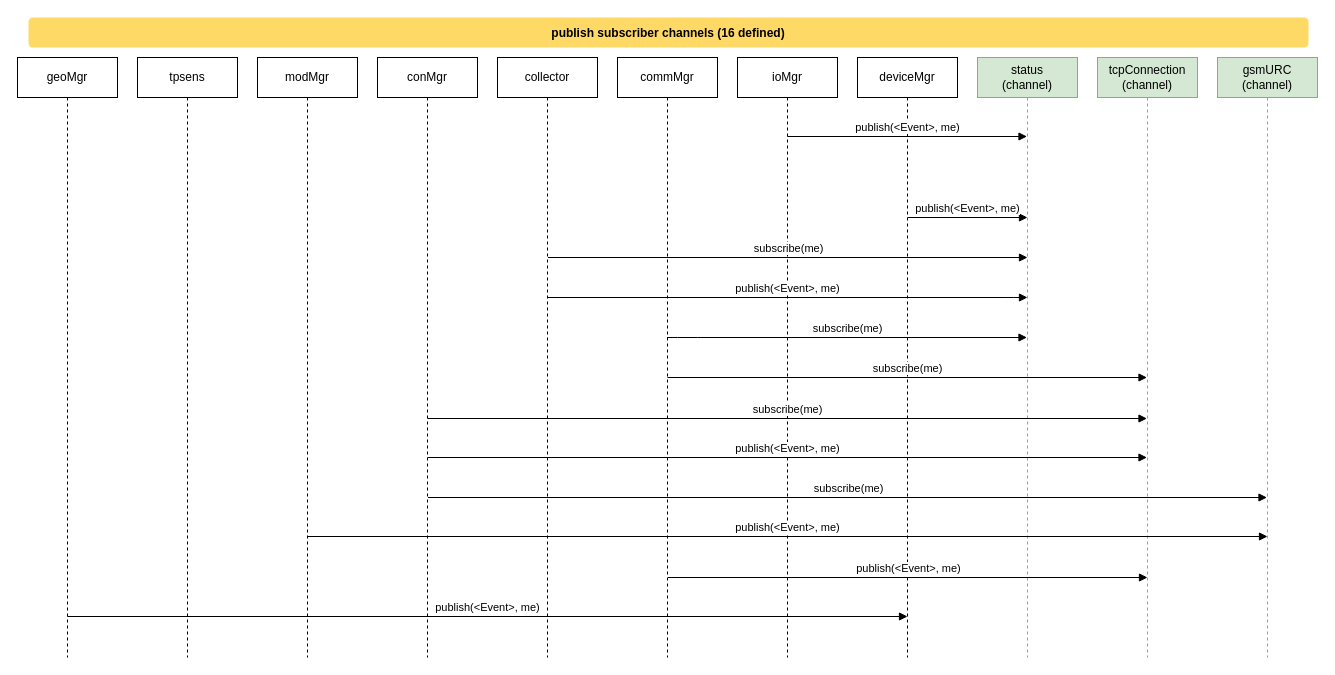
Above: page "databus channels" (2 of 4) of models/structure-interaction/collector.drawio in vortexmakes/AgroIoT (draw.io), before the change. Source tidied: cells renumbered, new cells numbered last; positions are measured from the earlier drawing's top-left corner, leaving out a move shared by most shapes. Both pictures are drawn from the tidied source at 100%, with x=0, y=0 at pixel (17, 17).
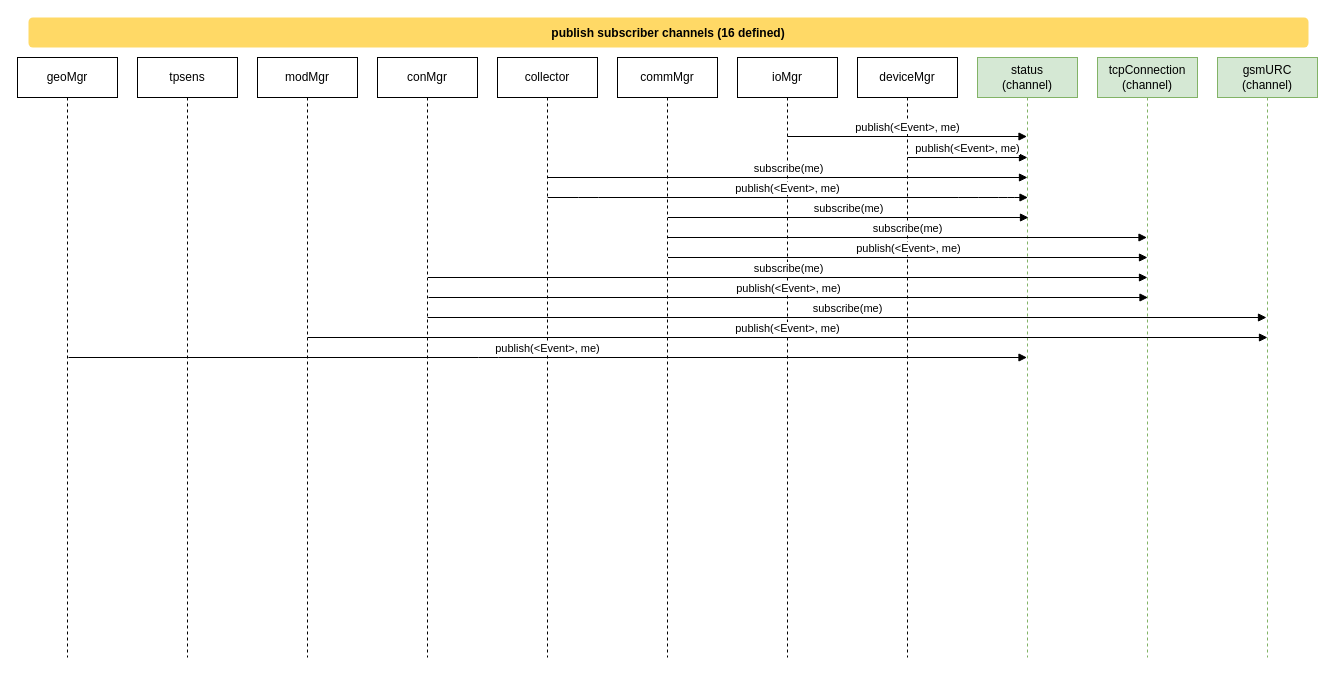
The same page after the edit.

Commit message:
Fixed topic diagram

The change refers to these unchanged cells:
```xml
<mxCell id="4" value="status&lt;br&gt;(channel)" style="shape=umlLifeline;perimeter=lifelinePerimeter;whiteSpace=wrap;html=1;outlineConnect=0;fillColor=#d5e8d4;strokeColor=#82b366;fontColor=#000000;" parent="1" vertex="1">
  <mxGeometry x="960" y="40" width="100" height="600" as="geometry" />
</mxCell>
<mxCell id="8" value="commMgr" style="shape=umlLifeline;perimeter=lifelinePerimeter;whiteSpace=wrap;html=1;outlineConnect=0;" parent="1" vertex="1">
  <mxGeometry x="600" y="40" width="100" height="600" as="geometry" />
</mxCell>
```

The edit, as a diff of the source:
```diff
@@
-    <mxCell id="7" value="subscribe(me)" style="html=1;verticalAlign=bottom;endArrow=block;" parent="1" edge="1" source="8" target="4">
-      <mxGeometry relative="1" as="geometry">
-        <Array as="points">
-          <mxPoint x="670" y="320" />
-        </Array>
-      </mxGeometry>
-    </mxCell>
@@
     <mxCell id="12" value="publish(&amp;lt;Event&amp;gt;, me)" style="html=1;verticalAlign=bottom;endArrow=block;" parent="1" edge="1">
       <mxGeometry relative="1" as="geometry">
-        <mxPoint x="890" y="200" as="sourcePoint" />
-        <mxPoint x="1010" y="200" as="targetPoint" />
+        <mxPoint x="890" y="140" as="sourcePoint" />
+        <mxPoint x="1010" y="140" as="targetPoint" />
         <Array as="points">
-          <mxPoint x="930.5" y="200" />
+          <mxPoint x="930.5" y="140" />
         </Array>
       </mxGeometry>
     </mxCell>
     <mxCell id="13" value="subscribe(me)" style="html=1;verticalAlign=bottom;endArrow=block;" parent="1" edge="1">
       <mxGeometry relative="1" as="geometry">
-        <mxPoint x="650" y="360" as="sourcePoint" />
-        <mxPoint x="1129.5" y="360" as="targetPoint" />
+        <mxPoint x="650" y="220" as="sourcePoint" />
+        <mxPoint x="1129.5" y="220" as="targetPoint" />
       </mxGeometry>
     </mxCell>
     <mxCell id="14" value="subscribe(me)" style="html=1;verticalAlign=bottom;endArrow=block;" parent="1" edge="1">
       <mxGeometry relative="1" as="geometry">
-        <mxPoint x="410" y="401" as="sourcePoint" />
-        <mxPoint x="1129.5" y="401" as="targetPoint" />
+        <mxPoint x="410.5" y="260" as="sourcePoint" />
+        <mxPoint x="1130" y="260" as="targetPoint" />
       </mxGeometry>
     </mxCell>
@@
     <mxCell id="16" value="subscribe(me)" style="html=1;verticalAlign=bottom;endArrow=block;" parent="1" edge="1">
       <mxGeometry relative="1" as="geometry">
-        <mxPoint x="410.5" y="480" as="sourcePoint" />
-        <mxPoint x="1249.5" y="480" as="targetPoint" />
+        <mxPoint x="410" y="300" as="sourcePoint" />
+        <mxPoint x="1249" y="300" as="targetPoint" />
       </mxGeometry>
     </mxCell>
@@
     <mxCell id="18" value="publish(&amp;lt;Event&amp;gt;, me)" style="html=1;verticalAlign=bottom;endArrow=block;" parent="1" edge="1">
       <mxGeometry relative="1" as="geometry">
-        <mxPoint x="290" y="519" as="sourcePoint" />
-        <mxPoint x="1250" y="519" as="targetPoint" />
+        <mxPoint x="290" y="320" as="sourcePoint" />
+        <mxPoint x="1250" y="320" as="targetPoint" />
       </mxGeometry>
     </mxCell>
@@
-    <mxCell id="21" value="publish(&amp;lt;Event&amp;gt;, me)" style="html=1;verticalAlign=bottom;endArrow=block;" parent="1" edge="1">
+    <mxCell id="21" value="publish(&amp;lt;Event&amp;gt;, me)" style="html=1;verticalAlign=bottom;endArrow=block;" parent="1" edge="1" target="4">
       <mxGeometry relative="1" as="geometry">
-        <mxPoint x="50" y="599" as="sourcePoint" />
-        <mxPoint x="890" y="599" as="targetPoint" />
+        <mxPoint x="51" y="340" as="sourcePoint" />
+        <Array as="points">
+          <mxPoint x="471" y="340" />
+        </Array>
       </mxGeometry>
     </mxCell>
     <mxCell id="22" value="publish(&amp;lt;Event&amp;gt;, me)" style="html=1;verticalAlign=bottom;endArrow=block;" parent="1" edge="1">
       <mxGeometry relative="1" as="geometry">
-        <mxPoint x="410" y="440" as="sourcePoint" />
-        <mxPoint x="1129.5" y="440" as="targetPoint" />
+        <mxPoint x="411" y="280" as="sourcePoint" />
+        <mxPoint x="1130.5" y="280" as="targetPoint" />
       </mxGeometry>
     </mxCell>
     <mxCell id="23" value="subscribe(me)" style="html=1;verticalAlign=bottom;endArrow=block;" parent="1" edge="1">
       <mxGeometry relative="1" as="geometry">
-        <mxPoint x="530.5" y="240" as="sourcePoint" />
-        <mxPoint x="1010" y="240" as="targetPoint" />
+        <mxPoint x="530.5" y="160" as="sourcePoint" />
+        <mxPoint x="1010" y="160" as="targetPoint" />
       </mxGeometry>
     </mxCell>
     <mxCell id="24" value="publish(&amp;lt;Event&amp;gt;, me)" style="html=1;verticalAlign=bottom;endArrow=block;" parent="1" edge="1">
       <mxGeometry relative="1" as="geometry">
-        <mxPoint x="529.6" y="280" as="sourcePoint" />
-        <mxPoint x="1010" y="280" as="targetPoint" />
+        <mxPoint x="530.1" y="180" as="sourcePoint" />
+        <mxPoint x="1010.5" y="180" as="targetPoint" />
         <Array as="points">
-          <mxPoint x="570.5" y="280" />
-          <mxPoint x="950.5" y="280" />
-          <mxPoint x="990.5" y="280" />
+          <mxPoint x="571" y="180" />
+          <mxPoint x="951" y="180" />
+          <mxPoint x="991" y="180" />
         </Array>
       </mxGeometry>
     </mxCell>
     <mxCell id="25" value="publish(&amp;lt;Event&amp;gt;, me)" style="html=1;verticalAlign=bottom;endArrow=block;" parent="1" edge="1">
       <mxGeometry relative="1" as="geometry">
-        <mxPoint x="650.5" y="560" as="sourcePoint" />
-        <mxPoint x="1130" y="560" as="targetPoint" />
+        <mxPoint x="650.5" y="240" as="sourcePoint" />
+        <mxPoint x="1130" y="240" as="targetPoint" />
       </mxGeometry>
     </mxCell>
+    <mxCell id="7" value="subscribe(me)" style="html=1;verticalAlign=bottom;endArrow=block;" parent="1" edge="1">
+      <mxGeometry relative="1" as="geometry">
+        <mxPoint x="650.5" y="200" as="sourcePoint" />
+        <mxPoint x="1011" y="200" as="targetPoint" />
+      </mxGeometry>
+    </mxCell>
```
